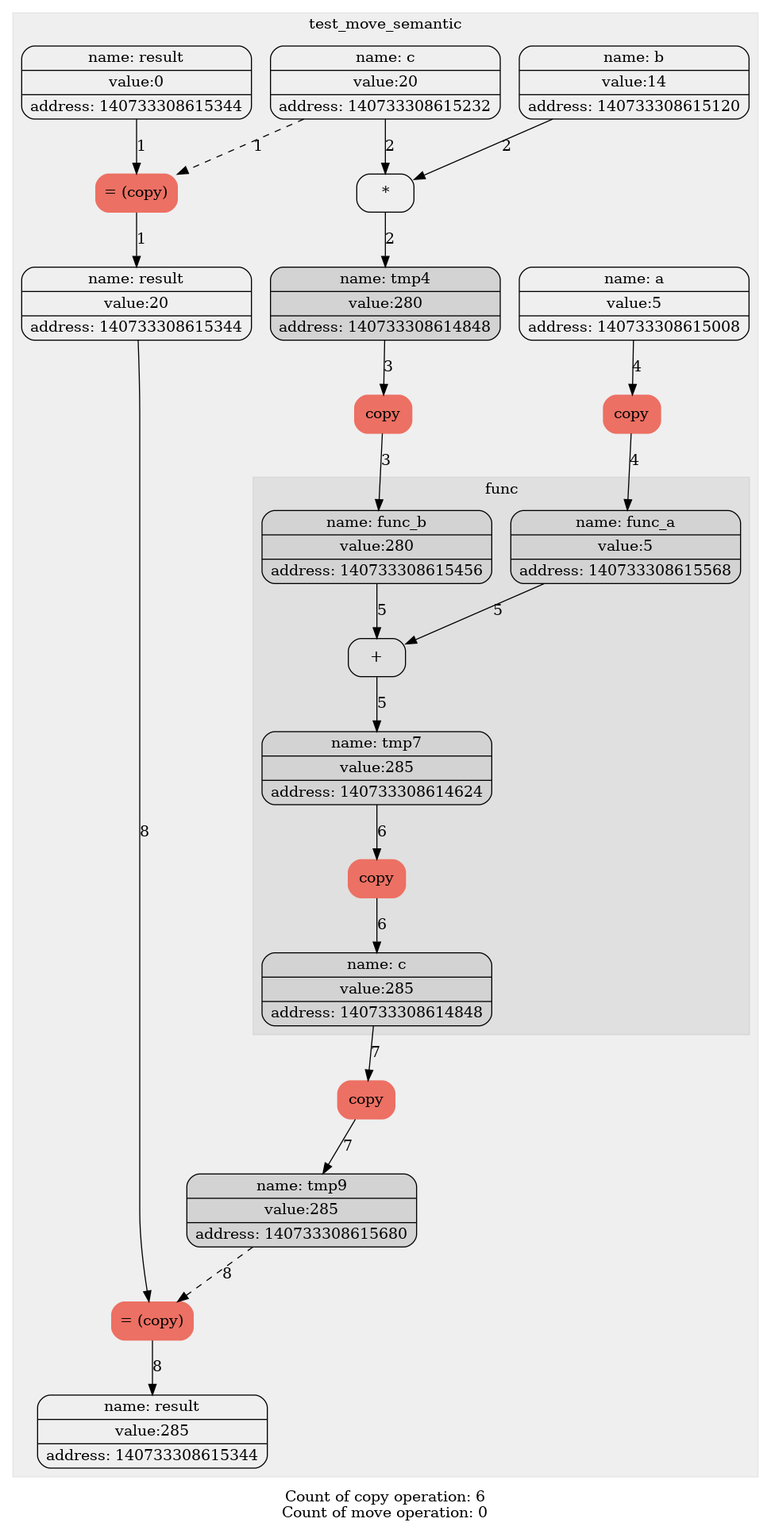
Earlier version of the Graphviz export diagrams/graph_flag.png (levasemin/Move_Semantic). Its source is kept beside it as diagrams/graph_flag.dot. Source of this version:
```dot
digraph G{
trankdir=HR;
node[shape=Mrecord];

subgraph "cluster_0" {
label = test_move_semantic;
style= filled
color = "#00000010";
1[label="{ {name: tmp0} | {value:5} | {address: 140733308615008}} " color=""style=""];
1[label="{ {name: a} | {value:5} | {address: 140733308615008}} " color=""style=""];
2[label="{ {name: tmp1} | {value:14} | {address: 140733308615120}} " color=""style=""];
2[label="{ {name: b} | {value:14} | {address: 140733308615120}} " color=""style=""];
3[label="{ {name: tmp2} | {value:20} | {address: 140733308615232}} " color=""style=""];
3[label="{ {name: c} | {value:20} | {address: 140733308615232}} " color=""style=""];
4[label="{ {name: tmp3} | {value:0} | {address: 140733308615344}} " color=""style=""];
4[label="{ {name: result} | {value:0} | {address: 140733308615344}} " color=""style=""];
5[label="= (copy)" color = "#EC7063" style = "filled"];
edge[style = "" color = ""label = "1"]4->5;
edge[style = "dashed" color = ""label = "1"]3->5;
6[label="{ {name: result} | {value:20} | {address: 140733308615344}} " color=""style=""];
edge[style = "" color = ""label = "1"]5->6;
7[label="*" color = "" style = ""];
edge[style = "" color = ""label = "2"]2->7;
edge[style = "" color = ""label = "2"]3->7;
8[label="{ {name: tmp4} | {value:280} | {address: 140733308614848}} " color=""style="filled"];
edge[style = "" color = ""label = "2"]7->8;
9[label="copy" color = "#EC7063" style = "filled"];
edge[style = "" color = ""label = "3"]8->9;
10[label="{ {name: tmp5} | {value:280} | {address: 140733308615456}} " color=""style="filled"];
edge[style = "" color = ""label = "3"]9->10;
11[label="copy" color = "#EC7063" style = "filled"];
edge[style = "" color = ""label = "4"]1->11;
12[label="{ {name: tmp6} | {value:5} | {address: 140733308615568}} " color=""style="filled"];
edge[style = "" color = ""label = "4"]11->12;
12[label="{ {name: func_a} | {value:5} | {address: 140733308615568}} " color=""style="filled"];
10[label="{ {name: func_b} | {value:280} | {address: 140733308615456}} " color=""style="filled"];
subgraph "cluster_1" {
label = func;
style= filled
color = "#00000010";
13[label="+" color = "" style = ""];
edge[style = "" color = ""label = "5"]12->13;
edge[style = "" color = ""label = "5"]10->13;
14[label="{ {name: tmp7} | {value:285} | {address: 140733308614624}} " color=""style="filled"];
edge[style = "" color = ""label = "5"]13->14;
15[label="copy" color = "#EC7063" style = "filled"];
edge[style = "" color = ""label = "6"]14->15;
16[label="{ {name: tmp8} | {value:285} | {address: 140733308614848}} " color=""style="filled"];
edge[style = "" color = ""label = "6"]15->16;
16[label="{ {name: c} | {value:285} | {address: 140733308614848}} " color=""style="filled"];
}
17[label="copy" color = "#EC7063" style = "filled"];
edge[style = "" color = ""label = "7"]16->17;
18[label="{ {name: tmp9} | {value:285} | {address: 140733308615680}} " color=""style="filled"];
edge[style = "" color = ""label = "7"]17->18;
19[label="= (copy)" color = "#EC7063" style = "filled"];
edge[style = "" color = ""label = "8"]6->19;
edge[style = "dashed" color = ""label = "8"]18->19;
20[label="{ {name: result} | {value:285} | {address: 140733308615344}} " color=""style=""];
edge[style = "" color = ""label = "8"]19->20;
}
label="Count of copy operation: 6
Count of move operation: 0"}
```
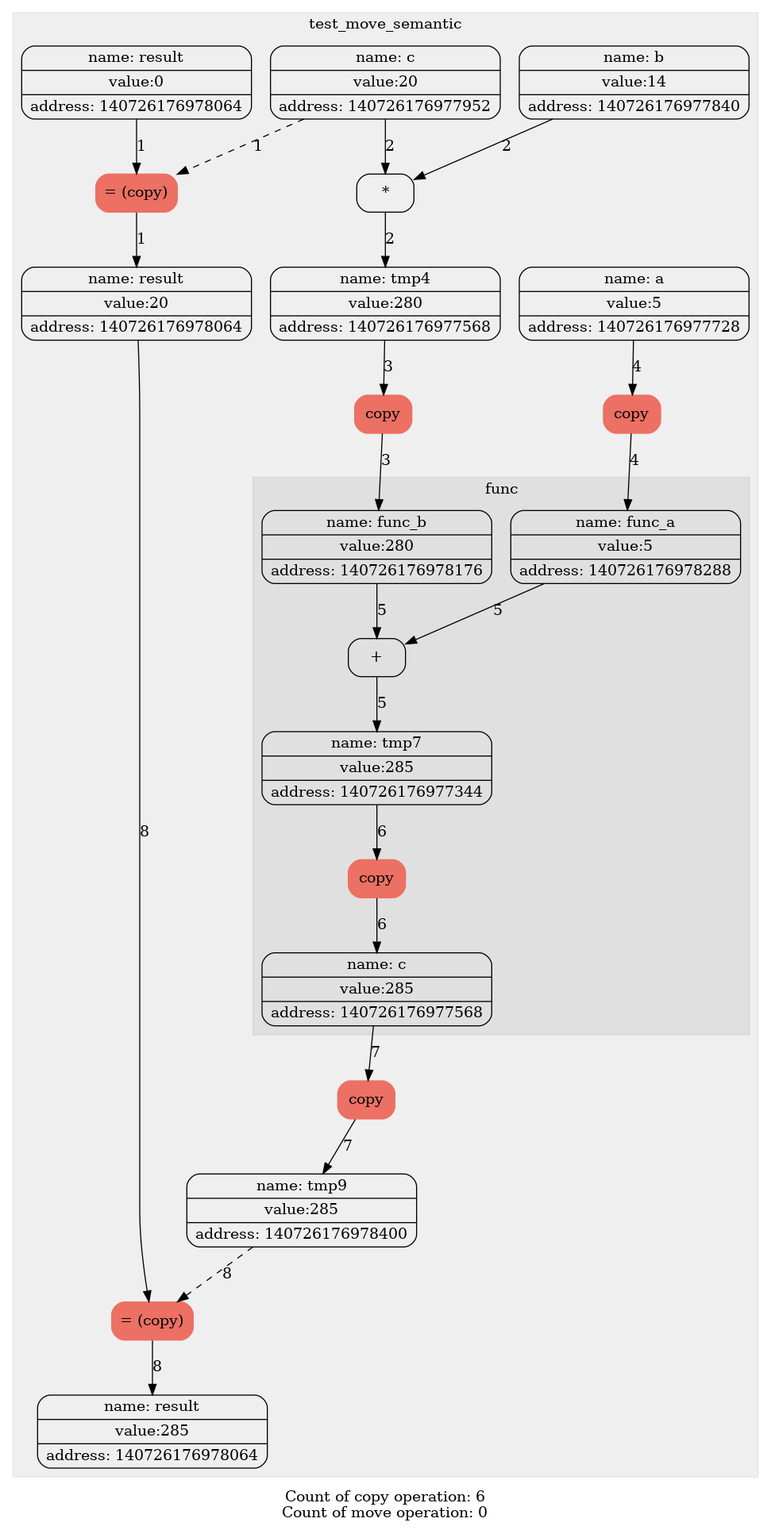
Above is the later version.

Diff of the diagram source:
```diff
@@ -6,34 +6,34 @@
 label = test_move_semantic;
 style= filled
 color = "#00000010";
-1[label="{ {name: tmp0} | {value:5} | {address: 140733308615008}} " color=""style=""];
-1[label="{ {name: a} | {value:5} | {address: 140733308615008}} " color=""style=""];
-2[label="{ {name: tmp1} | {value:14} | {address: 140733308615120}} " color=""style=""];
-2[label="{ {name: b} | {value:14} | {address: 140733308615120}} " color=""style=""];
-3[label="{ {name: tmp2} | {value:20} | {address: 140733308615232}} " color=""style=""];
-3[label="{ {name: c} | {value:20} | {address: 140733308615232}} " color=""style=""];
-4[label="{ {name: tmp3} | {value:0} | {address: 140733308615344}} " color=""style=""];
-4[label="{ {name: result} | {value:0} | {address: 140733308615344}} " color=""style=""];
+1[label="{ {name: tmp0} | {value:5} | {address: 140726176977728}} " color=""style=""];
+1[label="{ {name: a} | {value:5} | {address: 140726176977728}} " color=""style=""];
+2[label="{ {name: tmp1} | {value:14} | {address: 140726176977840}} " color=""style=""];
+2[label="{ {name: b} | {value:14} | {address: 140726176977840}} " color=""style=""];
+3[label="{ {name: tmp2} | {value:20} | {address: 140726176977952}} " color=""style=""];
+3[label="{ {name: c} | {value:20} | {address: 140726176977952}} " color=""style=""];
+4[label="{ {name: tmp3} | {value:0} | {address: 140726176978064}} " color=""style=""];
+4[label="{ {name: result} | {value:0} | {address: 140726176978064}} " color=""style=""];
 5[label="= (copy)" color = "#EC7063" style = "filled"];
 edge[style = "" color = ""label = "1"]4->5;
 edge[style = "dashed" color = ""label = "1"]3->5;
-6[label="{ {name: result} | {value:20} | {address: 140733308615344}} " color=""style=""];
+6[label="{ {name: result} | {value:20} | {address: 140726176978064}} " color=""style=""];
 edge[style = "" color = ""label = "1"]5->6;
 7[label="*" color = "" style = ""];
 edge[style = "" color = ""label = "2"]2->7;
 edge[style = "" color = ""label = "2"]3->7;
-8[label="{ {name: tmp4} | {value:280} | {address: 140733308614848}} " color=""style="filled"];
+8[label="{ {name: tmp4} | {value:280} | {address: 140726176977568}} " color=""style=""];
 edge[style = "" color = ""label = "2"]7->8;
 9[label="copy" color = "#EC7063" style = "filled"];
 edge[style = "" color = ""label = "3"]8->9;
-10[label="{ {name: tmp5} | {value:280} | {address: 140733308615456}} " color=""style="filled"];
+10[label="{ {name: tmp5} | {value:280} | {address: 140726176978176}} " color=""style=""];
 edge[style = "" color = ""label = "3"]9->10;
 11[label="copy" color = "#EC7063" style = "filled"];
 edge[style = "" color = ""label = "4"]1->11;
-12[label="{ {name: tmp6} | {value:5} | {address: 140733308615568}} " color=""style="filled"];
+12[label="{ {name: tmp6} | {value:5} | {address: 140726176978288}} " color=""style=""];
 edge[style = "" color = ""label = "4"]11->12;
-12[label="{ {name: func_a} | {value:5} | {address: 140733308615568}} " color=""style="filled"];
-10[label="{ {name: func_b} | {value:280} | {address: 140733308615456}} " color=""style="filled"];
+12[label="{ {name: func_a} | {value:5} | {address: 140726176978288}} " color=""style=""];
+10[label="{ {name: func_b} | {value:280} | {address: 140726176978176}} " color=""style=""];
 subgraph "cluster_1" {
 label = func;
 style= filled
@@ -41,22 +41,22 @@
 13[label="+" color = "" style = ""];
 edge[style = "" color = ""label = "5"]12->13;
 edge[style = "" color = ""label = "5"]10->13;
-14[label="{ {name: tmp7} | {value:285} | {address: 140733308614624}} " color=""style="filled"];
+14[label="{ {name: tmp7} | {value:285} | {address: 140726176977344}} " color=""style=""];
 edge[style = "" color = ""label = "5"]13->14;
 15[label="copy" color = "#EC7063" style = "filled"];
 edge[style = "" color = ""label = "6"]14->15;
-16[label="{ {name: tmp8} | {value:285} | {address: 140733308614848}} " color=""style="filled"];
+16[label="{ {name: tmp8} | {value:285} | {address: 140726176977568}} " color=""style=""];
 edge[style = "" color = ""label = "6"]15->16;
-16[label="{ {name: c} | {value:285} | {address: 140733308614848}} " color=""style="filled"];
+16[label="{ {name: c} | {value:285} | {address: 140726176977568}} " color=""style=""];
 }
 17[label="copy" color = "#EC7063" style = "filled"];
 edge[style = "" color = ""label = "7"]16->17;
-18[label="{ {name: tmp9} | {value:285} | {address: 140733308615680}} " color=""style="filled"];
+18[label="{ {name: tmp9} | {value:285} | {address: 140726176978400}} " color=""style=""];
 edge[style = "" color = ""label = "7"]17->18;
 19[label="= (copy)" color = "#EC7063" style = "filled"];
 edge[style = "" color = ""label = "8"]6->19;
 edge[style = "dashed" color = ""label = "8"]18->19;
-20[label="{ {name: result} | {value:285} | {address: 140733308615344}} " color=""style=""];
+20[label="{ {name: result} | {value:285} | {address: 140726176978064}} " color=""style=""];
 edge[style = "" color = ""label = "8"]19->20;
 }
 label="Count of copy operation: 6
```
